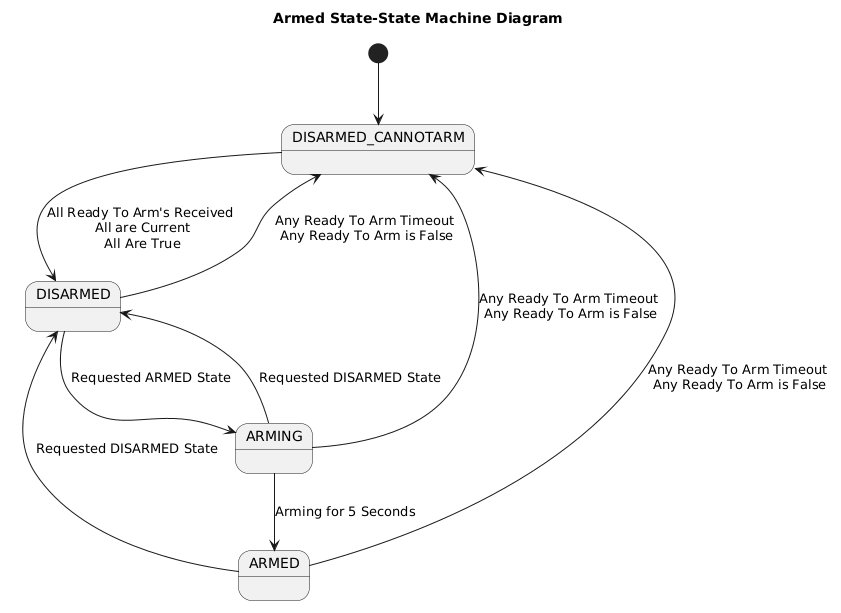
fastrobotics/robot_framework keeps this PlantUML diagram as Systems/Safety/Subsystems/ModeManager/Processes/ArmedStateManager/doc/puml/ArmedStateMachineDiagram.png. Above is the earlier version. Its diagram source:
```plantuml
@startuml
title Armed State-State Machine Diagram

[*] --> DISARMED_CANNOTARM

DISARMED_CANNOTARM --> DISARMED: All Ready To Arm's Received\n All are Current\n All Are True

DISARMED --> DISARMED_CANNOTARM: Any Ready To Arm Timeout\n Any Ready To Arm is False

DISARMED --> ARMING: Requested ARMED State

ARMING --> ARMED: Arming for 5 Seconds

ARMING --> DISARMED_CANNOTARM: Any Ready To Arm Timeout\n Any Ready To Arm is False
ARMING --> DISARMED: Requested DISARMED State

ARMED --> DISARMED: Requested DISARMED State

ARMED --> DISARMED_CANNOTARM: Any Ready To Arm Timeout\n Any Ready To Arm is False

@enduml
```
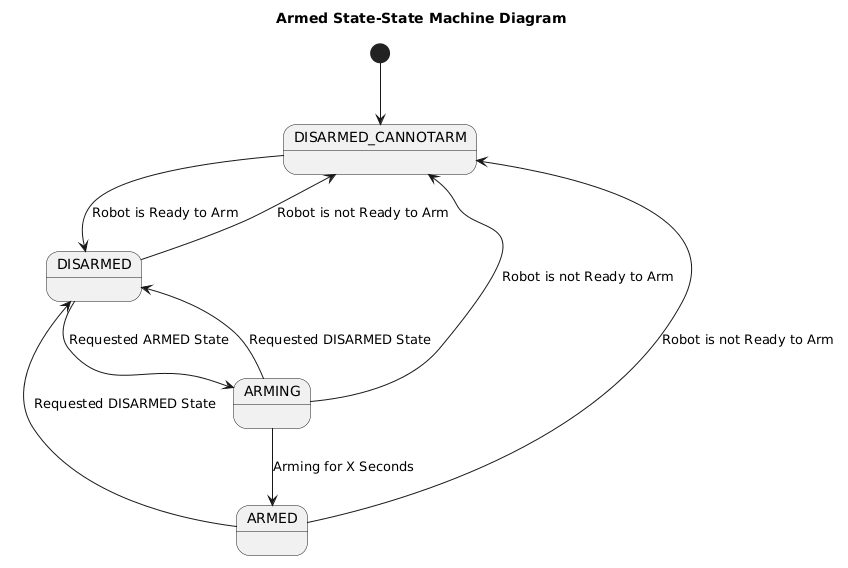
The same diagram one commit later.

The edit, as a diff of the source:
```diff
@@ -3,19 +3,19 @@
 
 [*] --> DISARMED_CANNOTARM
 
-DISARMED_CANNOTARM --> DISARMED: All Ready To Arm's Received\n All are Current\n All Are True
+DISARMED_CANNOTARM --> DISARMED: Robot is Ready to Arm
 
-DISARMED --> DISARMED_CANNOTARM: Any Ready To Arm Timeout\n Any Ready To Arm is False
+DISARMED --> DISARMED_CANNOTARM: Robot is not Ready to Arm
 
 DISARMED --> ARMING: Requested ARMED State
 
-ARMING --> ARMED: Arming for 5 Seconds
+ARMING --> ARMED: Arming for X Seconds
 
-ARMING --> DISARMED_CANNOTARM: Any Ready To Arm Timeout\n Any Ready To Arm is False
+ARMING --> DISARMED_CANNOTARM: Robot is not Ready to Arm
 ARMING --> DISARMED: Requested DISARMED State
 
 ARMED --> DISARMED: Requested DISARMED State
 
-ARMED --> DISARMED_CANNOTARM: Any Ready To Arm Timeout\n Any Ready To Arm is False
+ARMED --> DISARMED_CANNOTARM: Robot is not Ready to Arm
 
 @enduml
```
